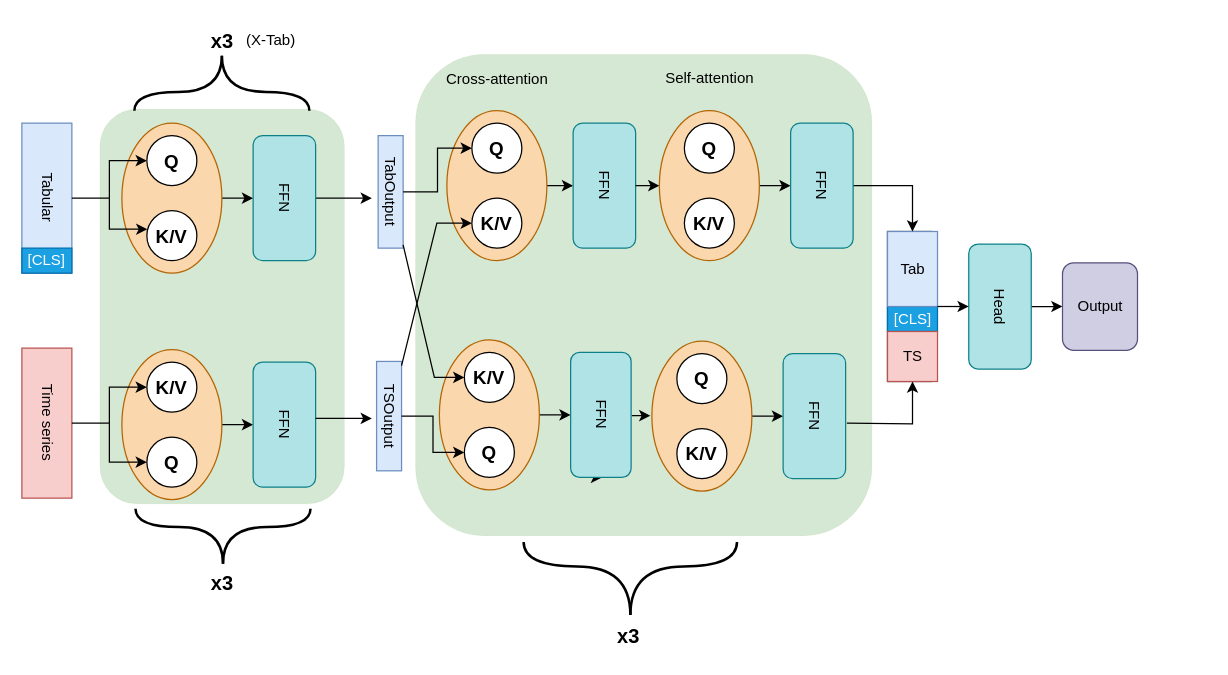
This is CrossXTab_did.drawio from Jeremstym/MulModVM, a draw.io file, before an edit. Source tidied: cells renumbered, new cells numbered last; positions are measured from the earlier drawing's top-left corner, leaving out a move shared by most shapes. Both pictures are drawn from the tidied source at 125%, with x=0, y=0 at pixel (21, 21).
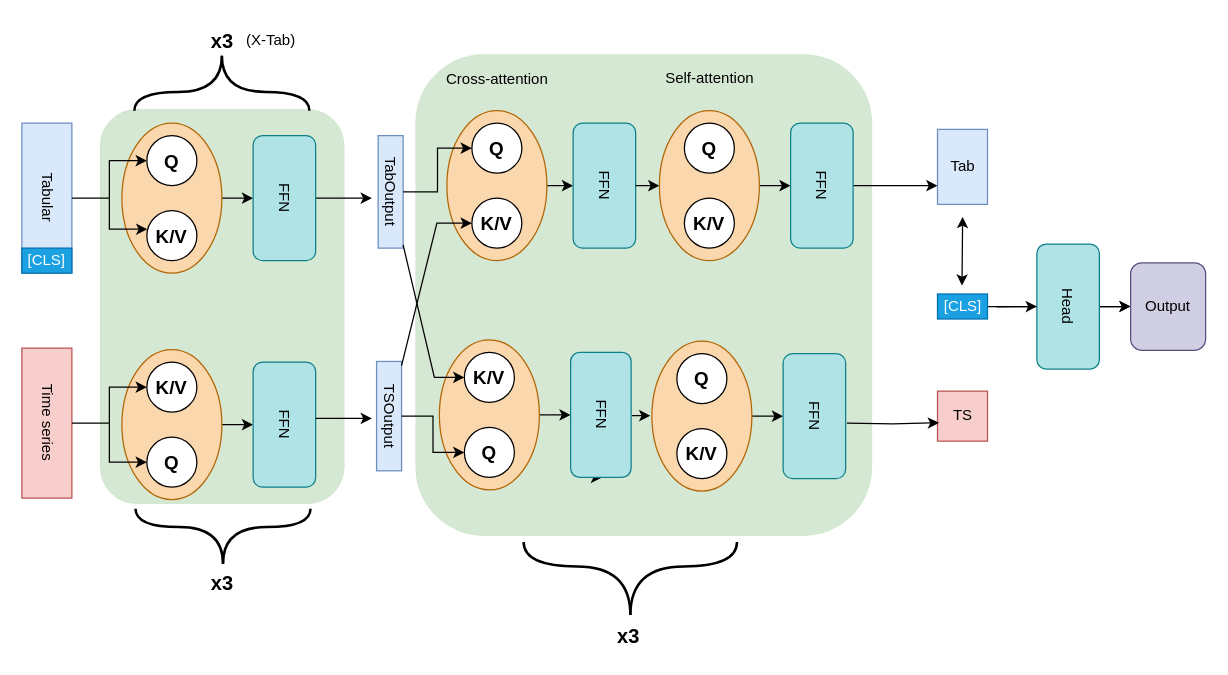
The same diagram, later.

Commit message:
cross-xtab-cls

Unchanged cells that the change refers to:
```xml
<mxCell id="62" value="FFN" style="rounded=1;whiteSpace=wrap;html=1;rotation=90;fillColor=#b0e3e6;strokeColor=#0e8088;" parent="1" vertex="1">
  <mxGeometry x="590" y="106" width="100" height="50" as="geometry" />
</mxCell>
```

What changed in the source:
```diff
@@
-    <mxCell id="21" style="rounded=0;whiteSpace=wrap;html=1;rotation=90;" parent="1" vertex="1">
-      <mxGeometry x="650" y="210.2" width="120" height="35" as="geometry" />
-    </mxCell>
+    <mxCell id="78" style="edgeStyle=orthogonalEdgeStyle;rounded=0;jettySize=auto;html=1;" parent="1" edge="1" source="22" target="30">
+      <mxGeometry relative="1" as="geometry" />
+    </mxCell>
     <mxCell id="22" value="[CLS]" style="rounded=0;whiteSpace=wrap;html=1;fillColor=#1ba1e2;fontColor=#ffffff;strokeColor=#006EAF;" parent="1" vertex="1">
-      <mxGeometry x="692.5" y="227.7" width="40" height="20" as="geometry" />
+      <mxGeometry x="732.5" y="217.7" width="40" height="20" as="geometry" />
     </mxCell>
     <mxCell id="23" value="Tab" style="rounded=0;whiteSpace=wrap;html=1;fillColor=#dae8fc;strokeColor=#6c8ebf;" parent="1" vertex="1">
-      <mxGeometry x="692.5" y="167.7" width="40" height="60" as="geometry" />
+      <mxGeometry x="732.5" y="86" width="40" height="60" as="geometry" />
     </mxCell>
     <mxCell id="24" value="TS" style="rounded=0;whiteSpace=wrap;html=1;fillColor=#f8cecc;strokeColor=#b85450;" parent="1" vertex="1">
-      <mxGeometry x="692.5" y="247.7" width="40" height="40" as="geometry" />
+      <mxGeometry x="732.5" y="295.4" width="40" height="40" as="geometry" />
     </mxCell>
-    <mxCell id="25" style="endArrow=classic;html=1;rounded=0;edgeStyle=orthogonalEdgeStyle;entryX=0.5;entryY=0;entryDx=0;entryDy=0;exitX=0.5;exitY=0;exitDx=0;exitDy=0;" parent="1" edge="1" source="62" target="23">
+    <mxCell id="25" style="endArrow=classic;html=1;rounded=0;edgeStyle=orthogonalEdgeStyle;entryX=0;entryY=0.75;entryDx=0;entryDy=0;exitX=0.5;exitY=0;exitDx=0;exitDy=0;" parent="1" edge="1" source="62" target="23">
       <mxGeometry relative="1" as="geometry" />
     </mxCell>
-    <mxCell id="26" style="endArrow=classic;html=1;rounded=0;edgeStyle=orthogonalEdgeStyle;entryX=0.5;entryY=1;entryDx=0;entryDy=0;" parent="1" edge="1" target="24">
+    <mxCell id="26" style="endArrow=classic;html=1;rounded=0;edgeStyle=orthogonalEdgeStyle;entryX=0.03;entryY=0.634;entryDx=0;entryDy=0;entryPerimeter=0;" parent="1" edge="1" target="24">
       <mxGeometry relative="1" as="geometry">
         <mxPoint x="660" y="321" as="sourcePoint" />
       </mxGeometry>
     </mxCell>
@@
     <mxCell id="28" value="Head" style="rounded=1;whiteSpace=wrap;html=1;rotation=90;fillColor=#b0e3e6;strokeColor=#0e8088;" parent="1" vertex="1">
-      <mxGeometry x="732.5" y="202.7" width="100" height="50" as="geometry" />
+      <mxGeometry x="787" y="202.7" width="100" height="50" as="geometry" />
     </mxCell>
     <mxCell id="29" style="endArrow=classic;html=1;rounded=0;entryX=0.5;entryY=1;entryDx=0;entryDy=0;" parent="1" edge="1" target="28">
       <mxGeometry relative="1" as="geometry">
-        <mxPoint x="732.5" y="227.7" as="sourcePoint" />
+        <mxPoint x="780" y="228" as="sourcePoint" />
       </mxGeometry>
     </mxCell>
     <mxCell id="30" value="Output" style="rounded=1;whiteSpace=wrap;html=1;fillColor=#d0cee2;strokeColor=#56517e;" parent="1" vertex="1">
-      <mxGeometry x="832.5" y="192.7" width="60" height="70" as="geometry" />
+      <mxGeometry x="887" y="192.7" width="60" height="70" as="geometry" />
     </mxCell>
@@
+    <mxCell id="79" style="endArrow=classic;startArrow=classic;html=1;rounded=0;" parent="1" edge="1">
+      <mxGeometry relative="1" as="geometry">
+        <mxPoint x="752.1" y="211" as="sourcePoint" />
+        <mxPoint x="752.6" y="156" as="targetPoint" />
+      </mxGeometry>
+    </mxCell>
```
